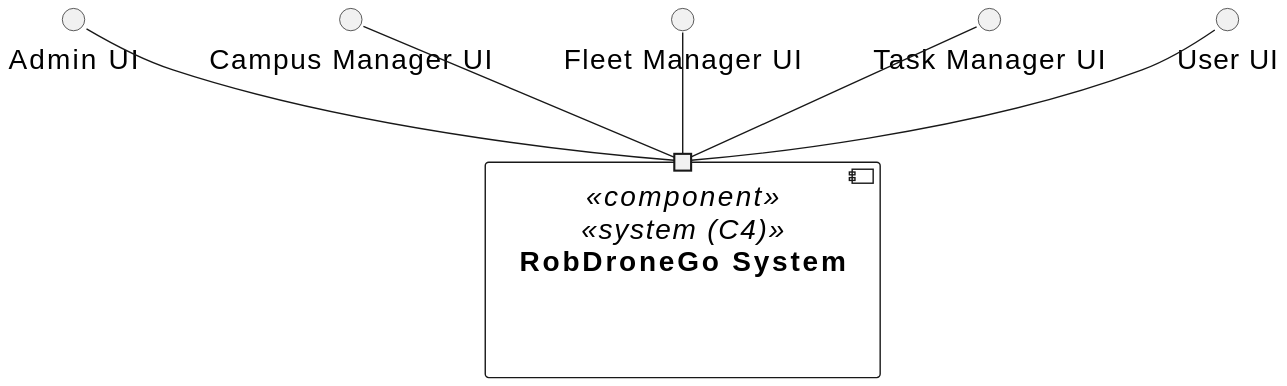
Above: _wiki/views/level-1/assets/logical-view.svg in miseEnPlace-dev/lapr5 (PlantUML), before the change.
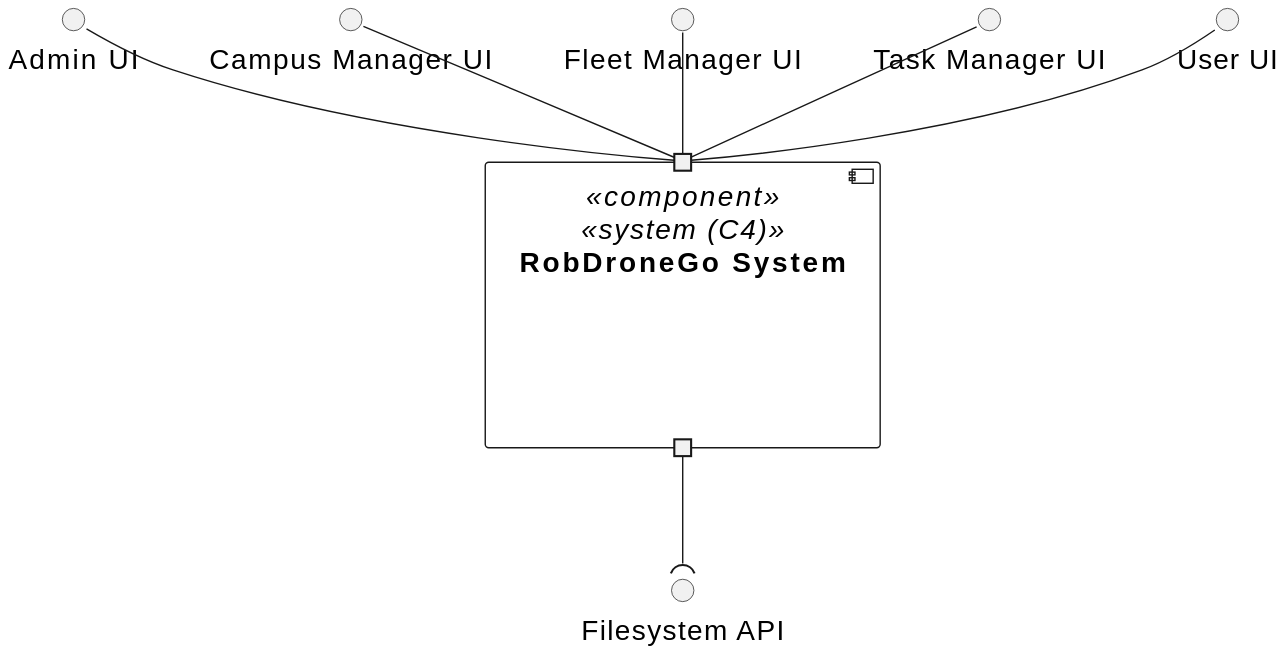
After the change.

Commit message:
docs: added filesystem api

Diff of the diagram source:
```diff
@@ -7,9 +7,11 @@
 interface "Fleet Manager UI" as FUI
 interface "Task Manager UI" as TUI
 interface "User UI" as UUI
+interface "Filesystem API" as FS
 
 component "RobDroneGo System" <<component>> <<system (C4)>> {
   portin " " as P1
+  portout " " as P2
 }
 
 AUI -- P1
@@ -17,4 +19,5 @@
 FUI -- P1
 TUI -- P1
 UUI -- P1
+P2 --( FS
 @enduml
```
